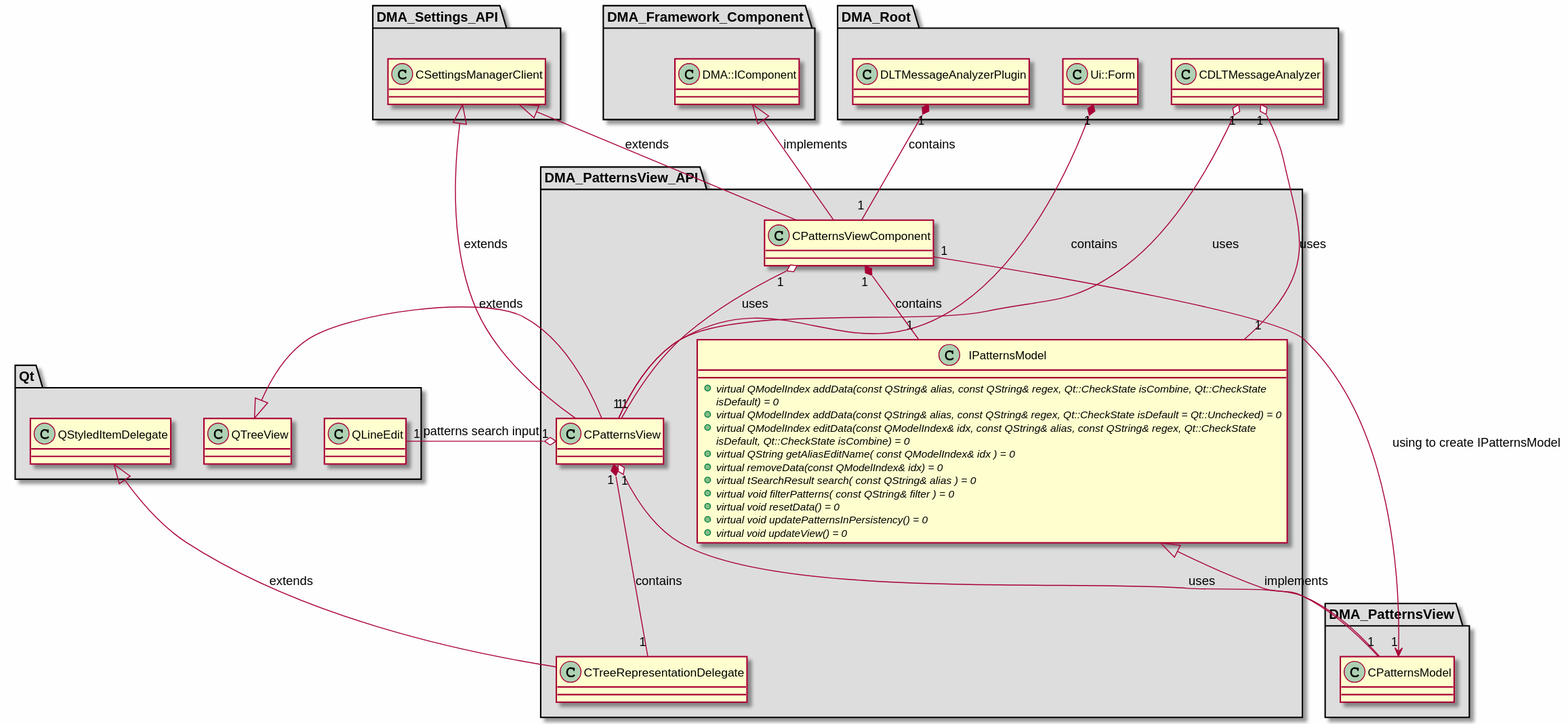
Before: md/dev_docs/puml/DMA_PatternsView_API.svg, a diagram exported from PlantUML (svlad-90/DLT-Message-Analyzer).
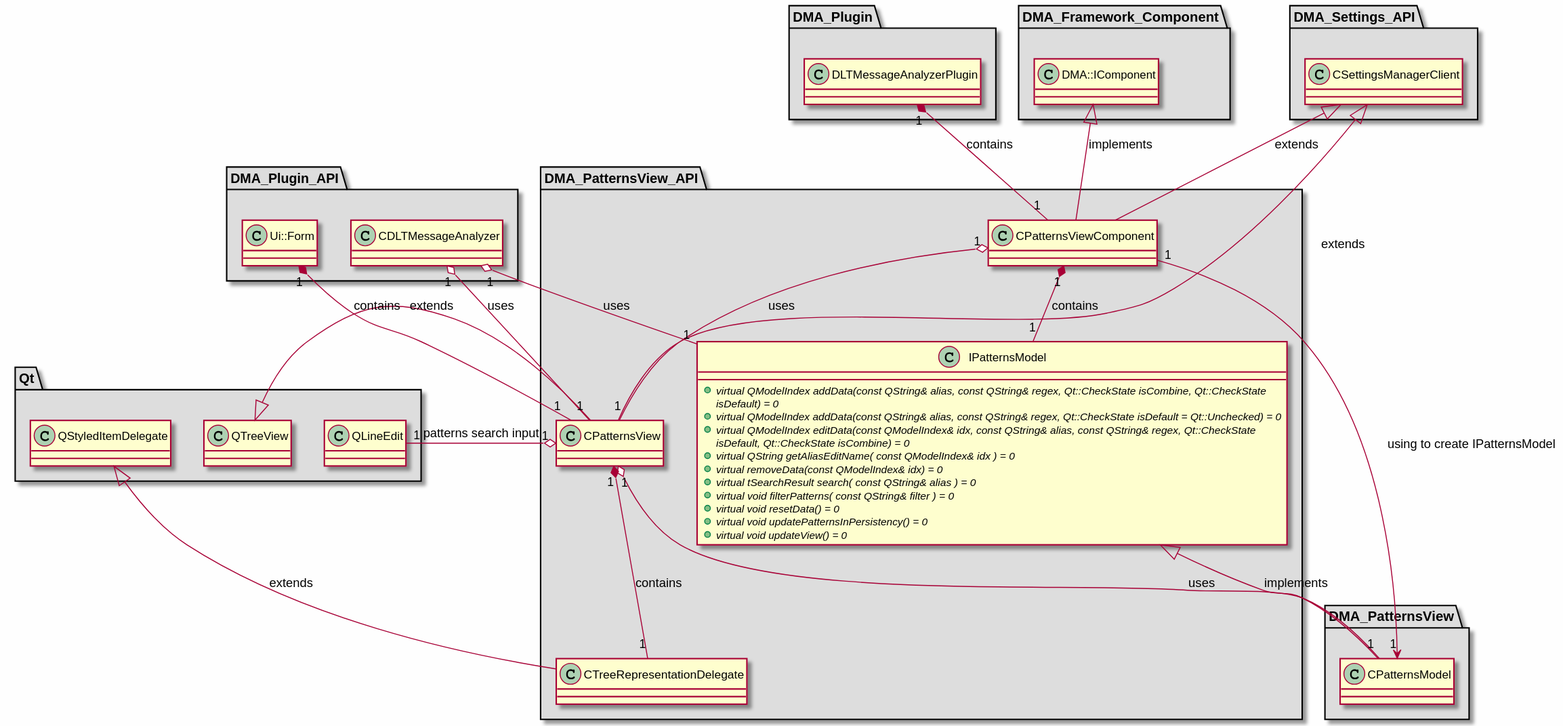
Above is the later version.

Diff of the diagram source:
```diff
@@ -51,14 +51,19 @@
 
 }
 
-package "DMA_Root" #DDDDDD
+package "DMA_Plugin" #DDDDDD
+{
+
+class "DLTMessageAnalyzerPlugin"
+{
+}
+
+}
+
+package "DMA_Plugin_API" #DDDDDD
 {
 
 class "CDLTMessageAnalyzer"
-{
-}
-
-class "DLTMessageAnalyzerPlugin"
 {
 }
 
@@ -107,9 +112,9 @@
 CPatternsViewComponent "1" --> "1" CPatternsModel : using to create IPatternsModel
 CPatternsViewComponent "1" o-- "1" CPatternsView : uses
 CPatternsViewComponent "1" *-- "1" IPatternsModel : contains
+DLTMessageAnalyzerPlugin "1" *-- "1" CPatternsViewComponent : contains
 CDLTMessageAnalyzer "1" o-- "1" CPatternsView : uses
 CDLTMessageAnalyzer "1" o-- "1" IPatternsModel : uses
-DLTMessageAnalyzerPlugin "1" *-- "1" CPatternsViewComponent : contains
 Ui::Form "1" *-- "1" CPatternsView : contains
 
 @enduml
```
